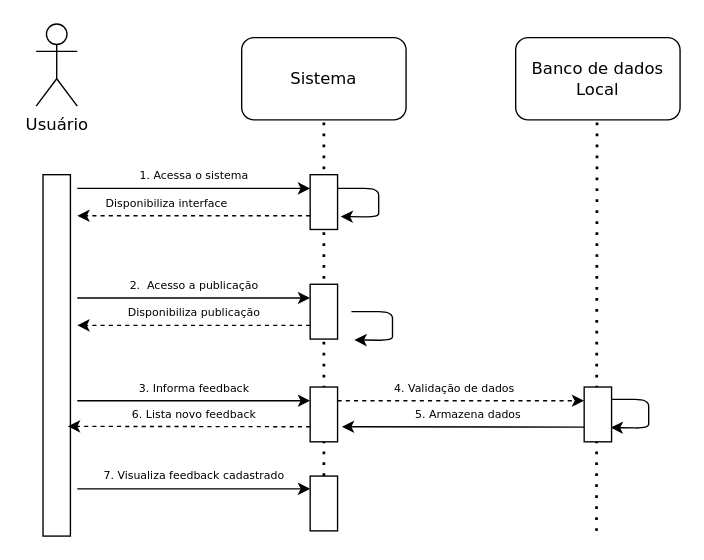
The draw.io diagram page "Page-6" (6 of 6) of fluxogramas/fluxograma_rebuild_plants.drawio in caioliveira277/drawio-fluxogramas, before the edit. Source tidied: cells renumbered, new cells numbered last; positions are measured from the earlier drawing's top-left corner, leaving out a move shared by most shapes. Both pictures are drawn from the tidied source at 137%, with x=0, y=0 at pixel (-125, 23).
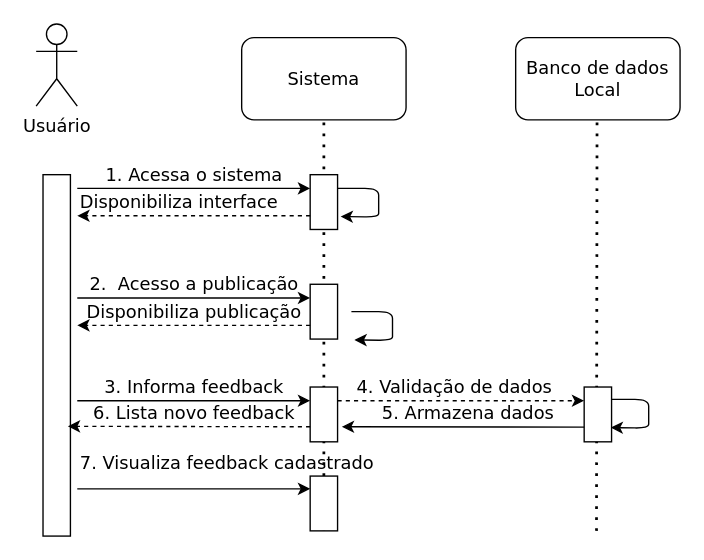
Above is the later version.

What changed in the source:
```diff
@@
-    <mxCell id="2" value="Usuário" style="shape=umlActor;verticalLabelPosition=bottom;verticalAlign=top;html=1;strokeColor=#000000;fillColor=#FFFFFF;fontFamily=Verdana;" parent="1" vertex="1">
+    <mxCell id="2" value="Usuário" style="shape=umlActor;verticalLabelPosition=bottom;verticalAlign=top;html=1;strokeColor=#000000;fillColor=#FFFFFF;fontFamily=Verdana;fontSize=13;" parent="1" vertex="1">
       <mxGeometry x="116.9" width="30" height="60" as="geometry" />
     </mxCell>
-    <mxCell id="3" value="&lt;font color=&quot;#000000&quot;&gt;Sistema&lt;/font&gt;" style="rounded=1;whiteSpace=wrap;html=1;strokeColor=#000000;fillColor=#FFFFFF;fontFamily=Verdana;" parent="1" vertex="1">
+    <mxCell id="3" value="&lt;font color=&quot;#000000&quot; style=&quot;font-size: 13px;&quot;&gt;Sistema&lt;/font&gt;" style="rounded=1;whiteSpace=wrap;html=1;strokeColor=#000000;fillColor=#FFFFFF;fontFamily=Verdana;fontSize=13;" parent="1" vertex="1">
       <mxGeometry x="266.9" y="10" width="120" height="60" as="geometry" />
     </mxCell>
-    <mxCell id="4" value="&lt;font color=&quot;#000000&quot;&gt;Banco de dados Local&lt;/font&gt;" style="rounded=1;whiteSpace=wrap;html=1;strokeColor=#000000;fillColor=#FFFFFF;fontFamily=Verdana;" parent="1" vertex="1">
+    <mxCell id="4" value="&lt;font color=&quot;#000000&quot; style=&quot;font-size: 13px;&quot;&gt;Banco de dados Local&lt;/font&gt;" style="rounded=1;whiteSpace=wrap;html=1;strokeColor=#000000;fillColor=#FFFFFF;fontFamily=Verdana;fontSize=13;" parent="1" vertex="1">
       <mxGeometry x="466.9" y="10" width="120" height="60" as="geometry" />
     </mxCell>
-    <mxCell id="5" style="whiteSpace=wrap;html=1;strokeColor=#000000;fillColor=#FFFFFF;rotation=-90;fontFamily=Verdana;" parent="1" vertex="1">
+    <mxCell id="5" style="whiteSpace=wrap;html=1;strokeColor=#000000;fillColor=#FFFFFF;rotation=-90;fontFamily=Verdana;fontSize=13;" parent="1" vertex="1">
       <mxGeometry y="231.9" width="263.8" height="20" as="geometry" />
     </mxCell>
-    <mxCell id="6" style="endArrow=none;dashed=1;html=1;dashPattern=1 3;strokeWidth=2;entryX=0.5;entryY=1;entryDx=0;entryDy=0;strokeColor=#000000;fontFamily=Verdana;" parent="1" edge="1" target="3">
+    <mxCell id="6" style="endArrow=none;dashed=1;html=1;dashPattern=1 3;strokeWidth=2;entryX=0.5;entryY=1;entryDx=0;entryDy=0;strokeColor=#000000;fontFamily=Verdana;fontSize=13;" parent="1" edge="1" target="3">
       <mxGeometry relative="1" as="geometry">
         <mxPoint x="326.9" y="370" as="sourcePoint" />
       </mxGeometry>
     </mxCell>
-    <mxCell id="7" style="endArrow=none;dashed=1;html=1;dashPattern=1 3;strokeWidth=2;entryX=0.5;entryY=1;entryDx=0;entryDy=0;fontFamily=Verdana;" parent="1" edge="1">
+    <mxCell id="7" style="endArrow=none;dashed=1;html=1;dashPattern=1 3;strokeWidth=2;entryX=0.5;entryY=1;entryDx=0;entryDy=0;fontFamily=Verdana;fontSize=13;" parent="1" edge="1">
       <mxGeometry relative="1" as="geometry">
         <mxPoint x="525.9" y="370" as="sourcePoint" />
         <mxPoint x="526.3" y="70" as="targetPoint" />
       </mxGeometry>
     </mxCell>
-    <mxCell id="8" style="whiteSpace=wrap;html=1;strokeColor=#000000;fillColor=#FFFFFF;rotation=-90;fontFamily=Verdana;" parent="1" vertex="1">
+    <mxCell id="8" style="whiteSpace=wrap;html=1;strokeColor=#000000;fillColor=#FFFFFF;rotation=-90;fontFamily=Verdana;fontSize=13;" parent="1" vertex="1">
       <mxGeometry x="306.9" y="120" width="40" height="20" as="geometry" />
     </mxCell>
-    <mxCell id="9" style="endArrow=classic;html=1;strokeColor=#000000;entryX=0.75;entryY=0;entryDx=0;entryDy=0;fontFamily=Verdana;" parent="1" edge="1" target="8">
+    <mxCell id="9" style="endArrow=classic;html=1;strokeColor=#000000;entryX=0.75;entryY=0;entryDx=0;entryDy=0;fontFamily=Verdana;fontSize=13;" parent="1" edge="1" target="8">
       <mxGeometry relative="1" as="geometry">
         <mxPoint x="146.9" y="120" as="sourcePoint" />
       </mxGeometry>
     </mxCell>
-    <mxCell id="10" style="endArrow=classic;html=1;strokeColor=#000000;entryX=0.236;entryY=1.111;entryDx=0;entryDy=0;entryPerimeter=0;fontFamily=Verdana;" parent="1" edge="1" target="8">
+    <mxCell id="10" style="endArrow=classic;html=1;strokeColor=#000000;entryX=0.236;entryY=1.111;entryDx=0;entryDy=0;entryPerimeter=0;fontFamily=Verdana;fontSize=13;" parent="1" edge="1" target="8">
       <mxGeometry relative="1" as="geometry">
         <mxPoint x="336.9" y="120" as="sourcePoint" />
         <Array as="points">
           <mxPoint x="366.9" y="120" />
           <mxPoint x="366.9" y="130" />
           <mxPoint x="366.9" y="141" />
         </Array>
       </mxGeometry>
     </mxCell>
-    <mxCell id="11" style="endArrow=classic;html=1;strokeColor=#000000;dashed=1;fontFamily=Verdana;" parent="1" edge="1">
+    <mxCell id="11" style="endArrow=classic;html=1;strokeColor=#000000;dashed=1;fontFamily=Verdana;fontSize=13;" parent="1" edge="1">
       <mxGeometry relative="1" as="geometry">
         <mxPoint x="316.9" y="140" as="sourcePoint" />
         <mxPoint x="146.9" y="140" as="targetPoint" />
       </mxGeometry>
     </mxCell>
-    <mxCell id="12" value="&lt;font style=&quot;font-size: 8px&quot;&gt;1. Acessa o sistema&lt;/font&gt;" style="text;html=1;align=center;verticalAlign=middle;strokeColor=none;fontFamily=Verdana;" parent="1" vertex="1">
-      <mxGeometry x="181.9" y="100" width="100" height="20" as="geometry" />
+    <mxCell id="12" value="&lt;font style=&quot;font-size: 13px;&quot;&gt;1. Acessa o sistema&lt;/font&gt;" style="text;html=1;align=center;verticalAlign=middle;strokeColor=none;fontFamily=Verdana;fontSize=13;" parent="1" vertex="1">
+      <mxGeometry x="156.9" y="100" width="150" height="20" as="geometry" />
     </mxCell>
-    <mxCell id="13" value="&lt;font style=&quot;font-size: 8px&quot;&gt;Disponibiliza interface&lt;/font&gt;" style="text;html=1;align=center;verticalAlign=middle;strokeColor=none;fontFamily=Verdana;" parent="1" vertex="1">
-      <mxGeometry x="161.9" y="120" width="100" height="20" as="geometry" />
+    <mxCell id="13" value="&lt;font style=&quot;font-size: 13px;&quot;&gt;Disponibiliza interface&lt;/font&gt;" style="text;html=1;align=center;verticalAlign=middle;strokeColor=none;fontFamily=Verdana;fontSize=13;" parent="1" vertex="1">
+      <mxGeometry x="140.9" y="120" width="160" height="20" as="geometry" />
     </mxCell>
-    <mxCell id="14" style="endArrow=classic;html=1;strokeColor=#000000;entryX=0.75;entryY=0;entryDx=0;entryDy=0;fontFamily=Verdana;" parent="1" edge="1">
+    <mxCell id="14" style="endArrow=classic;html=1;strokeColor=#000000;entryX=0.75;entryY=0;entryDx=0;entryDy=0;fontFamily=Verdana;fontSize=13;" parent="1" edge="1">
       <mxGeometry relative="1" as="geometry">
         <mxPoint x="146.9" y="200" as="sourcePoint" />
         <mxPoint x="316.9" y="200" as="targetPoint" />
       </mxGeometry>
     </mxCell>
-    <mxCell id="15" value="&lt;span style=&quot;font-size: 8px&quot;&gt;2.&amp;nbsp; Acesso a publicação&lt;/span&gt;" style="text;html=1;align=center;verticalAlign=middle;strokeColor=none;fontFamily=Verdana;" parent="1" vertex="1">
-      <mxGeometry x="176.9" y="180" width="110" height="20" as="geometry" />
+    <mxCell id="15" value="&lt;span style=&quot;font-size: 13px;&quot;&gt;2.&amp;nbsp; Acesso a publicação&lt;/span&gt;" style="text;html=1;align=center;verticalAlign=middle;strokeColor=none;fontFamily=Verdana;fontSize=13;" parent="1" vertex="1">
+      <mxGeometry x="146.9" y="180" width="170" height="20" as="geometry" />
     </mxCell>
-    <mxCell id="16" style="whiteSpace=wrap;html=1;strokeColor=#000000;fillColor=#FFFFFF;rotation=-90;fontFamily=Verdana;" parent="1" vertex="1">
+    <mxCell id="16" style="whiteSpace=wrap;html=1;strokeColor=#000000;fillColor=#FFFFFF;rotation=-90;fontFamily=Verdana;fontSize=13;" parent="1" vertex="1">
       <mxGeometry x="306.9" y="200" width="40" height="20" as="geometry" />
     </mxCell>
-    <mxCell id="17" style="endArrow=classic;html=1;strokeColor=#000000;entryX=0.236;entryY=1.111;entryDx=0;entryDy=0;entryPerimeter=0;fontFamily=Verdana;" parent="1" edge="1">
+    <mxCell id="17" style="endArrow=classic;html=1;strokeColor=#000000;entryX=0.236;entryY=1.111;entryDx=0;entryDy=0;entryPerimeter=0;fontFamily=Verdana;fontSize=13;" parent="1" edge="1">
       <mxGeometry relative="1" as="geometry">
         <mxPoint x="534" y="274" as="sourcePoint" />
         <mxPoint x="536.2" y="294.6" as="targetPoint" />
         <Array as="points">
           <mxPoint x="564" y="274" />
           <mxPoint x="564" y="284" />
           <mxPoint x="564" y="295" />
         </Array>
       </mxGeometry>
     </mxCell>
-    <mxCell id="18" style="endArrow=classic;html=1;strokeColor=#000000;dashed=1;fontFamily=Verdana;" parent="1" edge="1">
+    <mxCell id="18" style="endArrow=classic;html=1;strokeColor=#000000;dashed=1;fontFamily=Verdana;fontSize=13;" parent="1" edge="1">
       <mxGeometry relative="1" as="geometry">
         <mxPoint x="316.9" y="220" as="sourcePoint" />
         <mxPoint x="146.9" y="220" as="targetPoint" />
       </mxGeometry>
     </mxCell>
-    <mxCell id="19" value="&lt;font style=&quot;font-size: 8px&quot;&gt;Disponibiliza publicação&lt;/font&gt;" style="text;html=1;align=center;verticalAlign=middle;strokeColor=none;fontFamily=Verdana;" parent="1" vertex="1">
-      <mxGeometry x="176.9" y="200" width="110" height="20" as="geometry" />
+    <mxCell id="19" value="&lt;font style=&quot;font-size: 13px;&quot;&gt;Disponibiliza publicação&lt;/font&gt;" style="text;html=1;align=center;verticalAlign=middle;strokeColor=none;fontFamily=Verdana;fontSize=13;" parent="1" vertex="1">
+      <mxGeometry x="146.9" y="200" width="170" height="20" as="geometry" />
     </mxCell>
-    <mxCell id="20" style="endArrow=classic;html=1;strokeColor=#000000;entryX=0.75;entryY=0;entryDx=0;entryDy=0;fontFamily=Verdana;" parent="1" edge="1">
+    <mxCell id="20" style="endArrow=classic;html=1;strokeColor=#000000;entryX=0.75;entryY=0;entryDx=0;entryDy=0;fontFamily=Verdana;fontSize=13;" parent="1" edge="1">
       <mxGeometry relative="1" as="geometry">
         <mxPoint x="146.9" y="275" as="sourcePoint" />
         <mxPoint x="316.9" y="275" as="targetPoint" />
       </mxGeometry>
     </mxCell>
-    <mxCell id="21" value="&lt;span style=&quot;font-size: 8px&quot;&gt;3. Informa feedback&lt;/span&gt;" style="text;html=1;align=center;verticalAlign=middle;strokeColor=none;fontFamily=Verdana;" parent="1" vertex="1">
-      <mxGeometry x="181.9" y="255" width="100" height="20" as="geometry" />
+    <mxCell id="21" value="&lt;span style=&quot;font-size: 13px;&quot;&gt;3. Informa feedback&lt;/span&gt;" style="text;html=1;align=center;verticalAlign=middle;strokeColor=none;fontFamily=Verdana;fontSize=13;" parent="1" vertex="1">
+      <mxGeometry x="156.9" y="255" width="150" height="20" as="geometry" />
     </mxCell>
-    <mxCell id="22" style="whiteSpace=wrap;html=1;strokeColor=#000000;fillColor=#FFFFFF;rotation=-90;fontFamily=Verdana;" parent="1" vertex="1">
+    <mxCell id="22" style="whiteSpace=wrap;html=1;strokeColor=#000000;fillColor=#FFFFFF;rotation=-90;fontFamily=Verdana;fontSize=13;" parent="1" vertex="1">
       <mxGeometry x="306.9" y="275" width="40" height="20" as="geometry" />
     </mxCell>
-    <mxCell id="23" style="whiteSpace=wrap;html=1;strokeColor=#000000;fillColor=#FFFFFF;rotation=-90;fontFamily=Verdana;" parent="1" vertex="1">
+    <mxCell id="23" style="whiteSpace=wrap;html=1;strokeColor=#000000;fillColor=#FFFFFF;rotation=-90;fontFamily=Verdana;fontSize=13;" parent="1" vertex="1">
       <mxGeometry x="506.9" y="275" width="40" height="20" as="geometry" />
     </mxCell>
-    <mxCell id="24" style="endArrow=classic;html=1;strokeColor=#000000;entryX=0.75;entryY=0;entryDx=0;entryDy=0;dashed=1;fontFamily=Verdana;" parent="1" edge="1" target="23">
+    <mxCell id="24" style="endArrow=classic;html=1;strokeColor=#000000;entryX=0.75;entryY=0;entryDx=0;entryDy=0;dashed=1;fontFamily=Verdana;fontSize=13;" parent="1" edge="1" target="23">
       <mxGeometry relative="1" as="geometry">
         <mxPoint x="336.9" y="275" as="sourcePoint" />
       </mxGeometry>
     </mxCell>
-    <mxCell id="25" value="&lt;span style=&quot;font-size: 8px&quot;&gt;4. Validação de dados&lt;/span&gt;" style="text;html=1;align=center;verticalAlign=middle;strokeColor=none;fontFamily=Verdana;" parent="1" vertex="1">
-      <mxGeometry x="371.9" y="255" width="100" height="20" as="geometry" />
+    <mxCell id="25" value="&lt;span style=&quot;font-size: 13px;&quot;&gt;4. Validação de dados&lt;/span&gt;" style="text;html=1;align=center;verticalAlign=middle;strokeColor=none;fontFamily=Verdana;fontSize=13;" parent="1" vertex="1">
+      <mxGeometry x="341.9" y="255" width="160" height="20" as="geometry" />
     </mxCell>
-    <mxCell id="26" style="endArrow=classic;html=1;strokeColor=#000000;entryX=0.236;entryY=1.111;entryDx=0;entryDy=0;entryPerimeter=0;fontFamily=Verdana;" parent="1" edge="1">
+    <mxCell id="26" style="endArrow=classic;html=1;strokeColor=#000000;entryX=0.236;entryY=1.111;entryDx=0;entryDy=0;entryPerimeter=0;fontFamily=Verdana;fontSize=13;" parent="1" edge="1">
       <mxGeometry relative="1" as="geometry">
         <mxPoint x="347" y="210" as="sourcePoint" />
         <mxPoint x="349.2" y="230.6" as="targetPoint" />
         <Array as="points">
           <mxPoint x="377" y="210" />
           <mxPoint x="377" y="220" />
           <mxPoint x="377" y="231" />
         </Array>
       </mxGeometry>
     </mxCell>
-    <mxCell id="27" style="endArrow=classic;html=1;strokeColor=#000000;fontFamily=Verdana;" parent="1" edge="1">
+    <mxCell id="27" style="endArrow=classic;html=1;strokeColor=#000000;fontFamily=Verdana;fontSize=13;" parent="1" edge="1">
       <mxGeometry relative="1" as="geometry">
         <mxPoint x="516.9" y="294.3" as="sourcePoint" />
         <mxPoint x="340" y="294" as="targetPoint" />
       </mxGeometry>
     </mxCell>
-    <mxCell id="28" value="&lt;font style=&quot;font-size: 8px&quot;&gt;5. Armazena dados&lt;/font&gt;" style="text;html=1;align=center;verticalAlign=middle;strokeColor=none;fontFamily=Verdana;" parent="1" vertex="1">
-      <mxGeometry x="386.9" y="274.3" width="90" height="20" as="geometry" />
+    <mxCell id="28" value="&lt;font style=&quot;font-size: 13px;&quot;&gt;5. Armazena dados&lt;/font&gt;" style="text;html=1;align=center;verticalAlign=middle;strokeColor=none;fontFamily=Verdana;fontSize=13;" parent="1" vertex="1">
+      <mxGeometry x="361.9" y="274.3" width="140" height="20" as="geometry" />
     </mxCell>
-    <mxCell id="29" style="endArrow=classic;html=1;strokeColor=#000000;dashed=1;fontFamily=Verdana;" parent="1" edge="1">
+    <mxCell id="29" style="endArrow=classic;html=1;strokeColor=#000000;dashed=1;fontFamily=Verdana;fontSize=13;" parent="1" edge="1">
       <mxGeometry relative="1" as="geometry">
         <mxPoint x="316.9" y="294" as="sourcePoint" />
         <mxPoint x="140" y="293.7" as="targetPoint" />
       </mxGeometry>
     </mxCell>
-    <mxCell id="30" value="&lt;font style=&quot;font-size: 8px&quot;&gt;6. Lista novo feedback&lt;/font&gt;" style="text;html=1;align=center;verticalAlign=middle;strokeColor=none;fontFamily=Verdana;" parent="1" vertex="1">
-      <mxGeometry x="176.9" y="274" width="110" height="20" as="geometry" />
+    <mxCell id="30" value="&lt;font style=&quot;font-size: 13px;&quot;&gt;6. Lista novo feedback&lt;/font&gt;" style="text;html=1;align=center;verticalAlign=middle;strokeColor=none;fontFamily=Verdana;fontSize=13;" parent="1" vertex="1">
+      <mxGeometry x="146.9" y="274" width="170" height="20" as="geometry" />
     </mxCell>
-    <mxCell id="31" style="whiteSpace=wrap;html=1;strokeColor=#000000;fillColor=#FFFFFF;rotation=-90;fontFamily=Verdana;" parent="1" vertex="1">
+    <mxCell id="31" style="whiteSpace=wrap;html=1;strokeColor=#000000;fillColor=#FFFFFF;rotation=-90;fontFamily=Verdana;fontSize=13;" parent="1" vertex="1">
       <mxGeometry x="306.9" y="340" width="40" height="20" as="geometry" />
     </mxCell>
-    <mxCell id="32" style="endArrow=classic;html=1;strokeColor=#000000;entryX=0.75;entryY=0;entryDx=0;entryDy=0;fontFamily=Verdana;" parent="1" edge="1">
+    <mxCell id="32" style="endArrow=classic;html=1;strokeColor=#000000;entryX=0.75;entryY=0;entryDx=0;entryDy=0;fontFamily=Verdana;fontSize=13;" parent="1" edge="1">
       <mxGeometry relative="1" as="geometry">
         <mxPoint x="146.9" y="339.3" as="sourcePoint" />
         <mxPoint x="316.9" y="339.3" as="targetPoint" />
       </mxGeometry>
     </mxCell>
-    <mxCell id="33" value="&lt;span style=&quot;font-size: 8px&quot;&gt;7. Visualiza feedback cadastrado&lt;/span&gt;" style="text;html=1;align=center;verticalAlign=middle;strokeColor=none;fontFamily=Verdana;" parent="1" vertex="1">
-      <mxGeometry x="156.9" y="319.3" width="150" height="20" as="geometry" />
+    <mxCell id="33" value="&lt;span style=&quot;font-size: 13px;&quot;&gt;7. Visualiza feedback cadastrado&lt;/span&gt;" style="text;html=1;align=center;verticalAlign=middle;strokeColor=none;fontFamily=Verdana;fontSize=13;" parent="1" vertex="1">
+      <mxGeometry x="140.9" y="310" width="230" height="20" as="geometry" />
     </mxCell>
```
